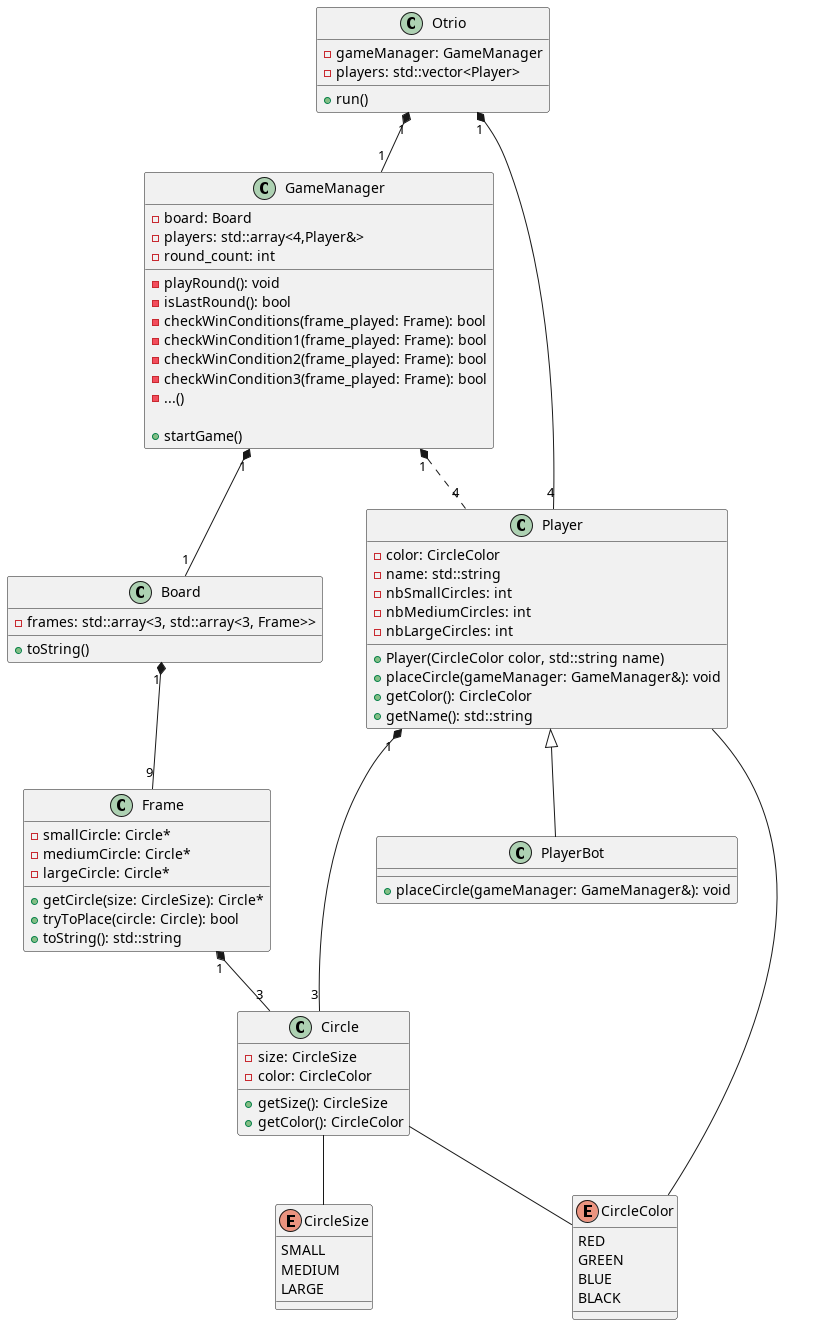
ECN-SEC-SMP/tp6-note-louis_damien_simon_titouan keeps this PlantUML diagram as doc/class_diagram.png. Above is the earlier version. Its diagram source:
```plantuml
@startuml class_diagram

class Otrio {
    - gameManager: GameManager
    - players: std::vector<Player>

    + run()
}

class GameManager {
    - board: Board
    - players: std::array<4,Player&>
    - round_count: int

    - playRound(): void
    - isLastRound(): bool
    - checkWinConditions(frame_played: Frame): bool
    - checkWinCondition1(frame_played: Frame): bool
    - checkWinCondition2(frame_played: Frame): bool
    - checkWinCondition3(frame_played: Frame): bool
    - ...()

    + startGame()
}

class Board {
    - frames: std::array<3, std::array<3, Frame>>
    + toString()
}

class Frame {
    - smallCircle: Circle*
    - mediumCircle: Circle*
    - largeCircle: Circle*

    + getCircle(size: CircleSize): Circle*
    + tryToPlace(circle: Circle): bool
    + toString(): std::string
}

class Circle {
    - size: CircleSize
    - color: CircleColor

    + getSize(): CircleSize
    + getColor(): CircleColor
}

class Player {
    - color: CircleColor
    - name: std::string
    - nbSmallCircles: int
    - nbMediumCircles: int
    - nbLargeCircles: int

    + Player(CircleColor color, std::string name)
    + placeCircle(gameManager: GameManager&): void
    + getColor(): CircleColor
    + getName(): std::string
}

class PlayerBot extends Player {
    + placeCircle(gameManager: GameManager&): void
}

enum CircleSize {
    SMALL
    MEDIUM
    LARGE
}

enum CircleColor {
    RED
    GREEN
    BLUE
    BLACK
}

Otrio "1" *-- "1" GameManager
GameManager "1" *-- "1" Board
Board "1" *-- "9" Frame
Circle -- CircleSize
Circle -- CircleColor
Player -- CircleColor
Otrio "1" *-- "4" Player
GameManager "1" *.. "4" Player

Frame "1" *-- "3" Circle
Player "1" *-- "3" Circle


@enduml
```
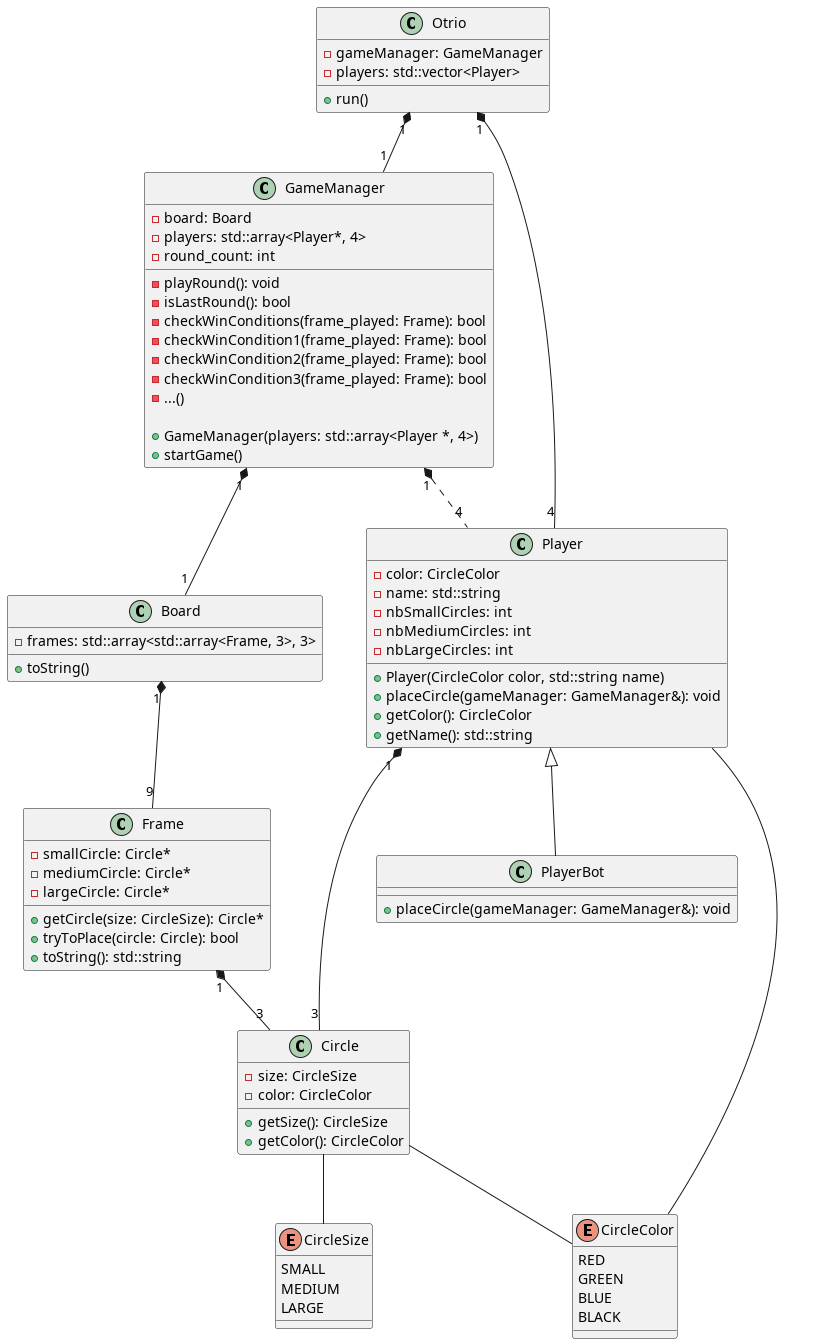
After the change.

Commit message:
[Doc] Update class diagram

What changed in the source:
```diff
@@ -9,7 +9,7 @@
 
 class GameManager {
     - board: Board
-    - players: std::array<4,Player&>
+    - players: std::array<Player*, 4>
     - round_count: int
 
     - playRound(): void
@@ -20,11 +20,12 @@
     - checkWinCondition3(frame_played: Frame): bool
     - ...()
 
+    + GameManager(players: std::array<Player *, 4>)
     + startGame()
 }
 
 class Board {
-    - frames: std::array<3, std::array<3, Frame>>
+    - frames: std::array<std::array<Frame, 3>, 3>
     + toString()
 }
 
```
